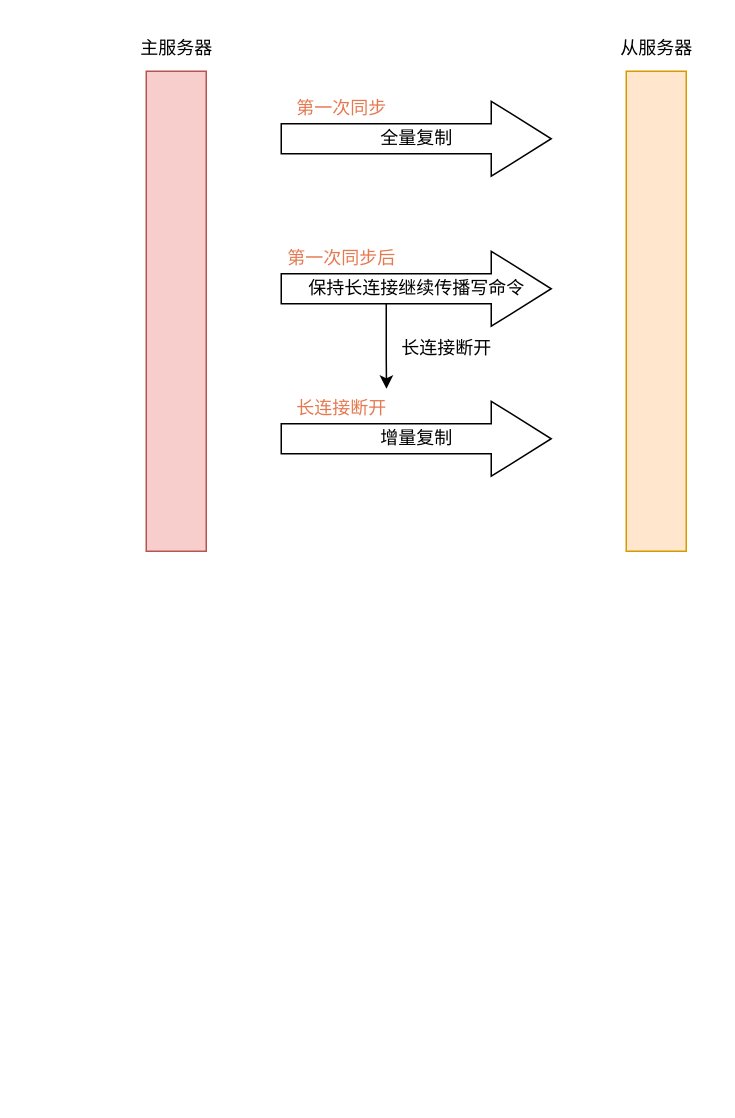
Floweryu/my-diagrams keeps this draw.io diagram as redis/Redis.drawio. Above is the earlier version. Source tidied: cells renumbered, new cells numbered last; positions are measured from the earlier drawing's top-left corner, leaving out a move shared by most shapes. Both pictures are drawn from the tidied source at 150%, with x=0, y=0 at pixel (123, 26).
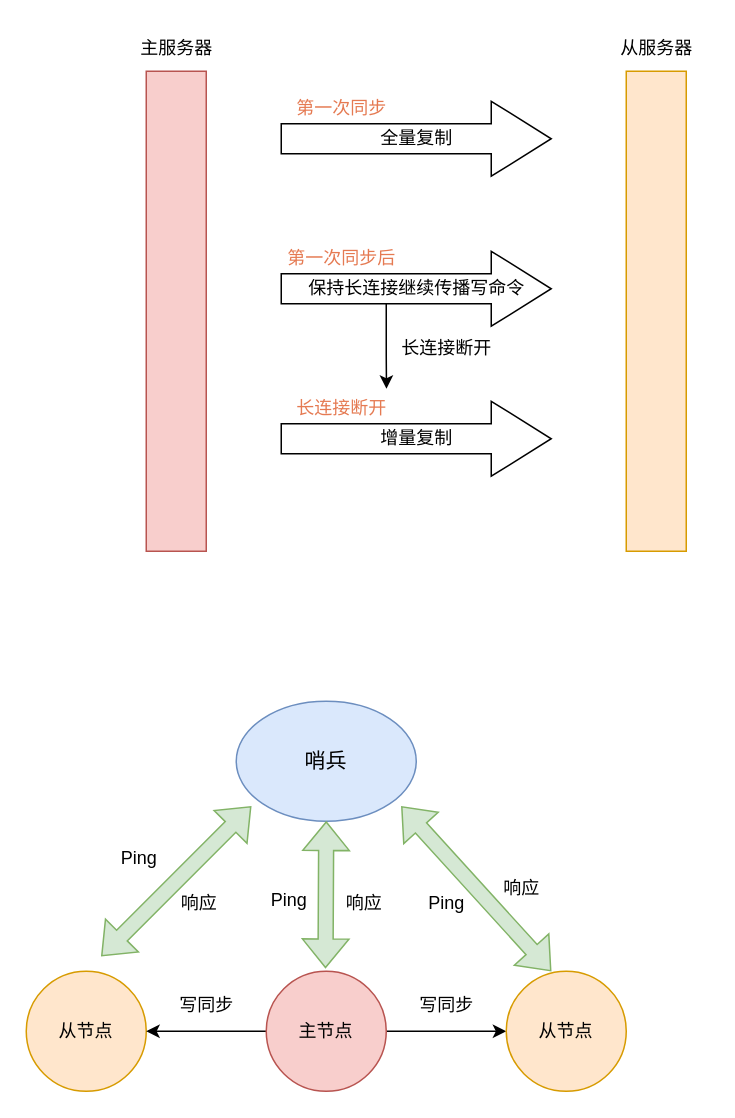
Above is the later version.

What changed in the source:
```diff
@@
+    <mxCell id="14" value="从节点" style="ellipse;whiteSpace=wrap;html=1;fillColor=#ffe6cc;strokeColor=#d79b00;" parent="1" vertex="1">
+      <mxGeometry x="-65" y="630" width="80" height="80" as="geometry" />
+    </mxCell>
+    <mxCell id="15" style="edgeStyle=orthogonalEdgeStyle;rounded=0;jettySize=auto;html=1;exitX=0;exitY=0.5;exitDx=0;exitDy=0;entryX=1;entryY=0.5;entryDx=0;entryDy=0;" parent="1" edge="1" source="17" target="14">
+      <mxGeometry relative="1" as="geometry" />
+    </mxCell>
+    <mxCell id="16" style="edgeStyle=orthogonalEdgeStyle;rounded=0;jettySize=auto;html=1;exitX=1;exitY=0.5;exitDx=0;exitDy=0;" parent="1" edge="1" source="17" target="18">
+      <mxGeometry relative="1" as="geometry" />
+    </mxCell>
+    <mxCell id="17" value="主节点" style="ellipse;whiteSpace=wrap;html=1;fillColor=#f8cecc;strokeColor=#b85450;" parent="1" vertex="1">
+      <mxGeometry x="95" y="630" width="80" height="80" as="geometry" />
+    </mxCell>
+    <mxCell id="18" value="从节点" style="ellipse;whiteSpace=wrap;html=1;fillColor=#ffe6cc;strokeColor=#d79b00;" parent="1" vertex="1">
+      <mxGeometry x="255" y="630" width="80" height="80" as="geometry" />
+    </mxCell>
+    <mxCell id="19" value="&lt;font style=&quot;font-size: 14px;&quot;&gt;哨兵&lt;/font&gt;" style="ellipse;whiteSpace=wrap;html=1;fillColor=#dae8fc;strokeColor=#6c8ebf;" parent="1" vertex="1">
+      <mxGeometry x="75" y="450" width="120" height="80" as="geometry" />
+    </mxCell>
+    <mxCell id="20" value="写同步" style="text;html=1;align=center;verticalAlign=middle;strokeColor=none;fillColor=none;" parent="1" vertex="1">
+      <mxGeometry x="185" y="638" width="60" height="30" as="geometry" />
+    </mxCell>
+    <mxCell id="21" value="写同步" style="text;html=1;align=center;verticalAlign=middle;strokeColor=none;fillColor=none;" parent="1" vertex="1">
+      <mxGeometry x="25" y="638" width="60" height="30" as="geometry" />
+    </mxCell>
+    <mxCell id="22" style="shape=flexArrow;endArrow=classic;startArrow=classic;html=1;rounded=0;fillColor=#d5e8d4;strokeColor=#82b366;" parent="1" edge="1">
+      <mxGeometry relative="1" as="geometry">
+        <mxPoint x="-15" y="620" as="sourcePoint" />
+        <mxPoint x="85" y="520" as="targetPoint" />
+      </mxGeometry>
+    </mxCell>
+    <mxCell id="23" value="Ping" style="text;html=1;align=center;verticalAlign=middle;strokeColor=none;fillColor=none;" parent="1" vertex="1">
+      <mxGeometry x="-15" y="540" width="50" height="30" as="geometry" />
+    </mxCell>
+    <mxCell id="24" value="响应" style="text;html=1;align=center;verticalAlign=middle;strokeColor=none;fillColor=none;" parent="1" vertex="1">
+      <mxGeometry x="25" y="570" width="50" height="30" as="geometry" />
+    </mxCell>
+    <mxCell id="25" style="shape=flexArrow;endArrow=classic;startArrow=classic;html=1;rounded=0;fillColor=#d5e8d4;strokeColor=#82b366;" parent="1" edge="1">
+      <mxGeometry relative="1" as="geometry">
+        <mxPoint x="134.5" y="628" as="sourcePoint" />
+        <mxPoint x="135" y="530" as="targetPoint" />
+      </mxGeometry>
+    </mxCell>
+    <mxCell id="26" value="Ping" style="text;html=1;align=center;verticalAlign=middle;strokeColor=none;fillColor=none;" parent="1" vertex="1">
+      <mxGeometry x="85" y="568" width="50" height="30" as="geometry" />
+    </mxCell>
+    <mxCell id="27" value="响应" style="text;html=1;align=center;verticalAlign=middle;strokeColor=none;fillColor=none;" parent="1" vertex="1">
+      <mxGeometry x="135" y="570" width="50" height="30" as="geometry" />
+    </mxCell>
+    <mxCell id="28" style="shape=flexArrow;endArrow=classic;startArrow=classic;html=1;rounded=0;entryX=0.917;entryY=0.875;entryDx=0;entryDy=0;entryPerimeter=0;fillColor=#d5e8d4;strokeColor=#82b366;" parent="1" edge="1" target="19">
+      <mxGeometry relative="1" as="geometry">
+        <mxPoint x="285" y="630" as="sourcePoint" />
+      </mxGeometry>
+    </mxCell>
+    <mxCell id="29" value="Ping" style="text;html=1;align=center;verticalAlign=middle;strokeColor=none;fillColor=none;" parent="1" vertex="1">
+      <mxGeometry x="190" y="570" width="50" height="30" as="geometry" />
+    </mxCell>
+    <mxCell id="30" value="响应" style="text;html=1;align=center;verticalAlign=middle;strokeColor=none;fillColor=none;" parent="1" vertex="1">
+      <mxGeometry x="240" y="560" width="50" height="30" as="geometry" />
+    </mxCell>
```
